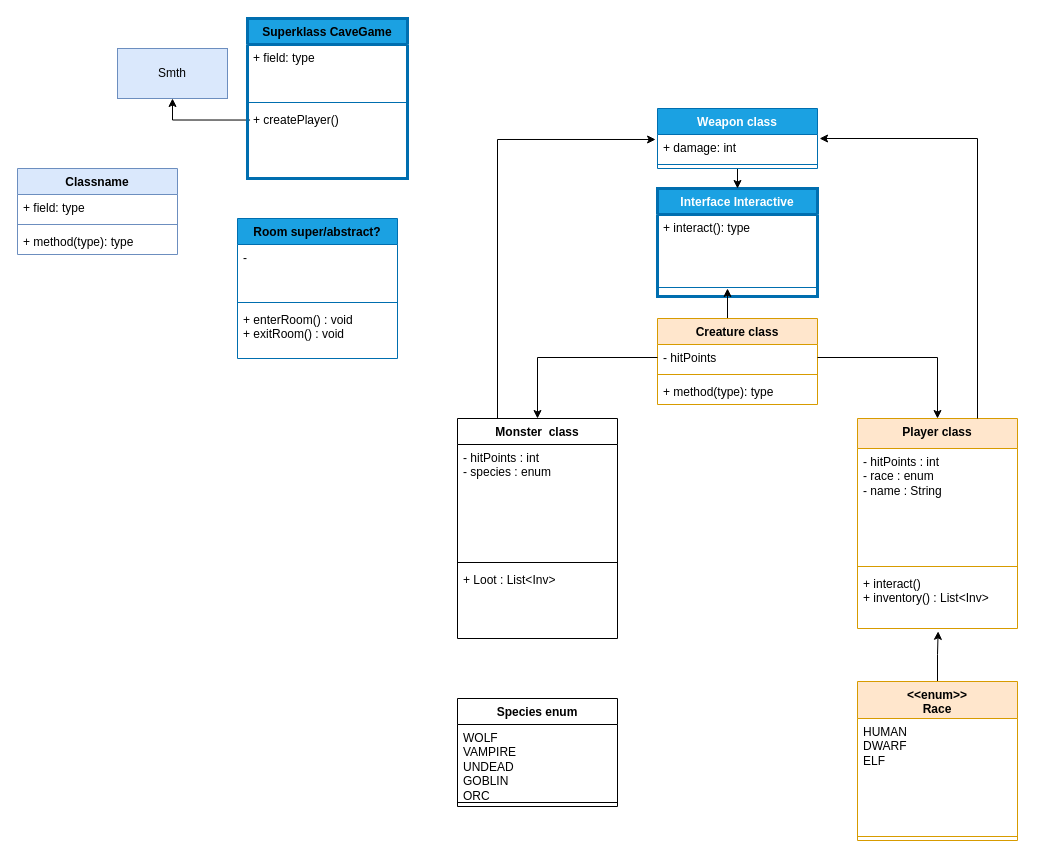
xsutv/colossal-cave keeps this draw.io diagram as UML.drawio. Above is the earlier version. Source tidied: cells renumbered, new cells numbered last; positions are measured from the earlier drawing's top-left corner, leaving out a move shared by most shapes. Both pictures are drawn from the tidied source at 100%, with x=0, y=0 at pixel (17, 18).
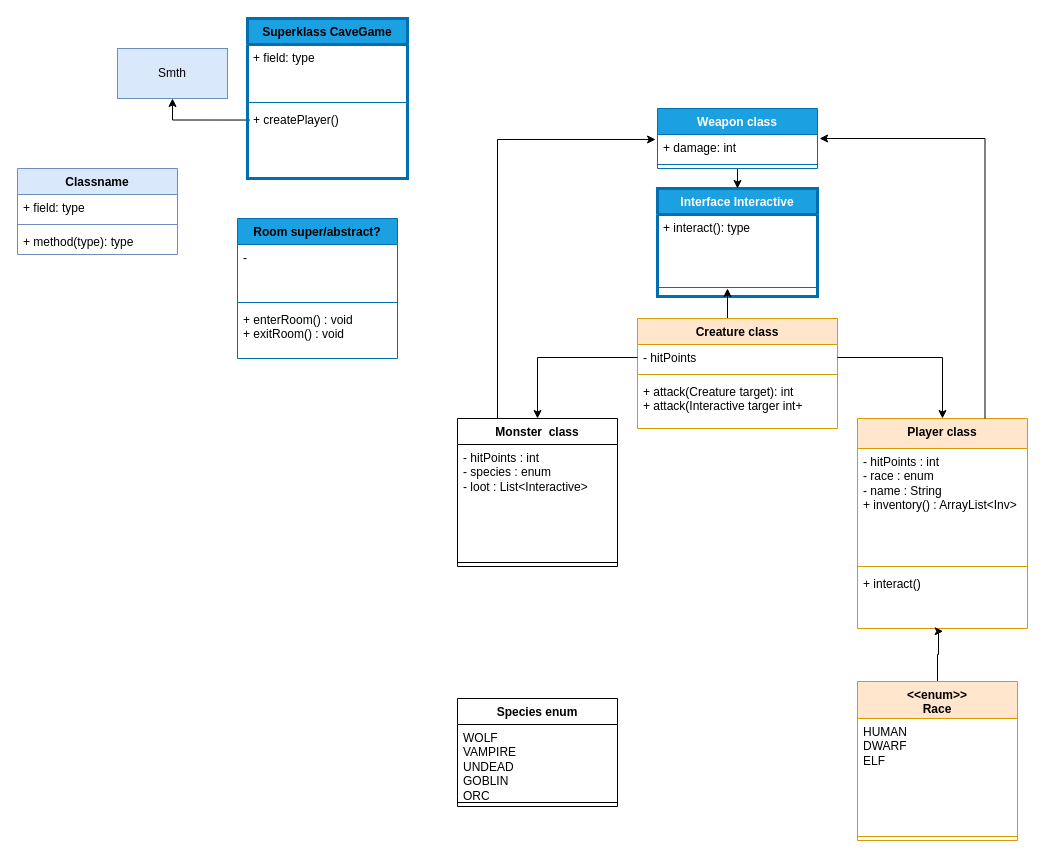
After the change.

Commit message:
Changes to some classes and methods

Diff of the diagram source:
```diff
@@
     <mxCell id="2" value="&lt;div&gt;&lt;div&gt;&lt;font color=&quot;#000000&quot;&gt;Player class&lt;/font&gt;&lt;/div&gt;&lt;/div&gt;" style="swimlane;fontStyle=1;align=center;verticalAlign=top;horizontal=1;startSize=30;whiteSpace=wrap;html=1;fillColor=#ffe6cc;strokeColor=#d79b00;" parent="1" vertex="1">
-      <mxGeometry x="840" y="400" width="160" height="210" as="geometry" />
+      <mxGeometry x="840" y="400" width="170" height="210" as="geometry" />
     </mxCell>
-    <mxCell id="3" value="- hitPoints : int&amp;nbsp;&lt;div&gt;- race : enum&lt;/div&gt;&lt;div&gt;- name : String&lt;/div&gt;" style="text;strokeColor=none;fillColor=none;align=left;verticalAlign=top;spacingLeft=4;spacingRight=4;overflow=hidden;whiteSpace=wrap;html=1;" parent="2" vertex="1">
-      <mxGeometry y="30" width="160" height="114" as="geometry" />
+    <mxCell id="3" value="- hitPoints : int&amp;nbsp;&lt;div&gt;- race : enum&lt;/div&gt;&lt;div&gt;- name : String&lt;/div&gt;&lt;div&gt;+ inventory() : ArrayList&amp;lt;Inv&amp;gt;&lt;br&gt;&lt;/div&gt;" style="text;strokeColor=none;fillColor=none;align=left;verticalAlign=top;spacingLeft=4;spacingRight=4;overflow=hidden;whiteSpace=wrap;html=1;" parent="2" vertex="1">
+      <mxGeometry y="30" width="170" height="114" as="geometry" />
     </mxCell>
     <mxCell id="4" style="line;strokeWidth=1;fillColor=none;align=left;verticalAlign=middle;spacingTop=-1;spacingLeft=3;spacingRight=3;labelPosition=right;strokeColor=inherit;" parent="2" vertex="1">
-      <mxGeometry y="144" width="160" height="8" as="geometry" />
+      <mxGeometry y="144" width="170" height="8" as="geometry" />
     </mxCell>
-    <mxCell id="5" value="+ interact()&lt;div&gt;+ inventory() : List&amp;lt;Inv&amp;gt;&lt;/div&gt;" style="text;strokeColor=none;fillColor=none;align=left;verticalAlign=top;spacingLeft=4;spacingRight=4;overflow=hidden;points=[[0,0.5],[1,0.5]];portConstraint=eastwest;whiteSpace=wrap;html=1;" parent="2" vertex="1">
-      <mxGeometry y="152" width="160" height="58" as="geometry" />
+    <mxCell id="5" value="+ interact()&lt;div&gt;&lt;br&gt;&lt;/div&gt;" style="text;strokeColor=none;fillColor=none;align=left;verticalAlign=top;spacingLeft=4;spacingRight=4;overflow=hidden;points=[[0,0.5],[1,0.5]];portConstraint=eastwest;whiteSpace=wrap;html=1;" parent="2" vertex="1">
+      <mxGeometry y="152" width="170" height="58" as="geometry" />
     </mxCell>
@@
     <mxCell id="18" value="Monster&amp;nbsp; class" style="swimlane;fontStyle=1;align=center;verticalAlign=top;horizontal=1;startSize=26;whiteSpace=wrap;html=1;" parent="1" vertex="1">
-      <mxGeometry x="440" y="400" width="160" height="220" as="geometry" />
+      <mxGeometry x="440" y="400" width="160" height="148" as="geometry" />
     </mxCell>
-    <mxCell id="19" value="- hitPoints : int&lt;div&gt;- species : enum&lt;/div&gt;" style="text;strokeColor=none;fillColor=none;align=left;verticalAlign=top;spacingLeft=4;spacingRight=4;overflow=hidden;whiteSpace=wrap;html=1;" parent="18" vertex="1">
+    <mxCell id="19" value="- hitPoints : int&lt;div&gt;- species : enum&lt;/div&gt;&lt;div&gt;- loot : List&amp;lt;Interactive&amp;gt;&lt;/div&gt;" style="text;strokeColor=none;fillColor=none;align=left;verticalAlign=top;spacingLeft=4;spacingRight=4;overflow=hidden;whiteSpace=wrap;html=1;" parent="18" vertex="1">
       <mxGeometry y="26" width="160" height="114" as="geometry" />
     </mxCell>
@@
-    <mxCell id="21" value="+ Loot : List&amp;lt;Inv&amp;gt;" style="text;strokeColor=none;fillColor=none;align=left;verticalAlign=top;spacingLeft=4;spacingRight=4;overflow=hidden;whiteSpace=wrap;html=1;" parent="18" vertex="1">
-      <mxGeometry y="148" width="160" height="72" as="geometry" />
-    </mxCell>
@@
     <mxCell id="31" value="&lt;font color=&quot;#000000&quot;&gt;Creature class&lt;/font&gt;" style="swimlane;fontStyle=1;align=center;verticalAlign=top;horizontal=1;startSize=26;whiteSpace=wrap;html=1;fillColor=#ffe6cc;strokeColor=#d79b00;" parent="1" vertex="1">
-      <mxGeometry x="640" y="300" width="160" height="86" as="geometry" />
+      <mxGeometry x="620" y="300" width="200" height="110" as="geometry" />
     </mxCell>
     <mxCell id="32" value="- hitPoints" style="text;strokeColor=none;fillColor=none;align=left;verticalAlign=top;spacingLeft=4;spacingRight=4;overflow=hidden;points=[[0,0.5],[1,0.5]];portConstraint=eastwest;whiteSpace=wrap;html=1;" parent="31" vertex="1">
-      <mxGeometry y="26" width="160" height="26" as="geometry" />
+      <mxGeometry y="26" width="200" height="26" as="geometry" />
     </mxCell>
     <mxCell id="33" style="line;strokeWidth=1;fillColor=none;align=left;verticalAlign=middle;spacingTop=-1;spacingLeft=3;spacingRight=3;labelPosition=right;strokeColor=inherit;" parent="31" vertex="1">
-      <mxGeometry y="52" width="160" height="8" as="geometry" />
+      <mxGeometry y="52" width="200" height="8" as="geometry" />
     </mxCell>
-    <mxCell id="34" value="+ method(type): type" style="text;strokeColor=none;fillColor=none;align=left;verticalAlign=top;spacingLeft=4;spacingRight=4;overflow=hidden;whiteSpace=wrap;html=1;" parent="31" vertex="1">
-      <mxGeometry y="60" width="160" height="26" as="geometry" />
+    <mxCell id="34" value="+ attack(Creature target): int&lt;br&gt;+ attack(Interactive targer int+" style="text;strokeColor=none;fillColor=none;align=left;verticalAlign=top;spacingLeft=4;spacingRight=4;overflow=hidden;whiteSpace=wrap;html=1;" parent="31" vertex="1">
+      <mxGeometry y="60" width="200" height="50" as="geometry" />
     </mxCell>
```
